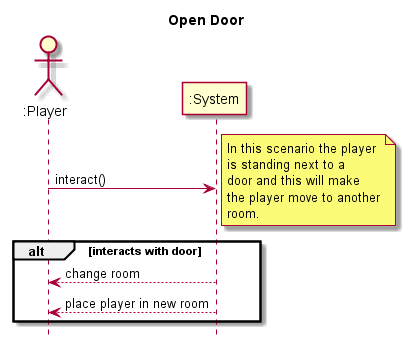
Before: Assignments/AssignmentTwo/PA Uppgift 3 Sequence Diagrams/PlantUML (remix)/Open Door.png, a diagram exported from PlantUML (Henkebot/OOD-PA1415-Sallad). Source of this version:
```plantuml
@startuml
hide footbox
title Open Door

actor ":Player" as player
participant ":System" as system

player -> system : interact()
note right
	In this scenario the player
	is standing next to a
	door and this will make
	the player move to another
	room.
end note
alt interacts with door
	system --> player : change room
	system --> player : place player in new room
end

@enduml
```
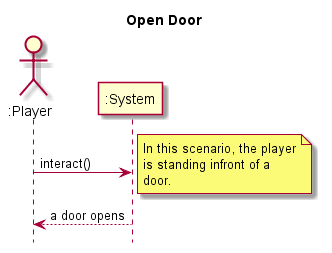
Later version of the same file.

The edit, as a diff of the source:
```diff
@@ -7,15 +7,12 @@
 
 player -> system : interact()
 note right
-	In this scenario the player
-	is standing next to a
-	door and this will make
-	the player move to another
-	room.
+	In this scenario, the player
+	is standing infront of a
+	door.
 end note
-alt interacts with door
-	system --> player : change room
-	system --> player : place player in new room
-end
+
+system --> player : a door opens
+
 
 @enduml
```
